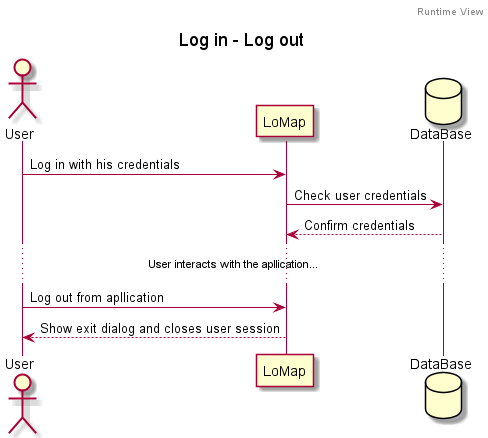
This is images/Log in - log out sequence diagram.png from Arquisoft/lomap_es2c, a PlantUML export, as it was before one commit.
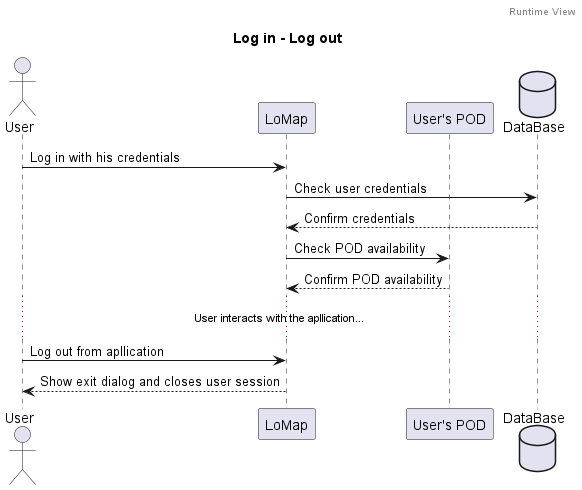
The same diagram one commit later.

The edit, as a diff of the source:
```diff
@@ -3,11 +3,14 @@
 title Log in - Log out
 Actor User
 Participant LoMap
+Participant POD as "User's POD"
 Database DataBase as "DataBase"
 
 User -> LoMap: Log in with his credentials
 LoMap -> DataBase: Check user credentials
 LoMap <-- DataBase: Confirm credentials
+LoMap -> POD: Check POD availability
+POD --> LoMap: Confirm POD availability
 
 ...User interacts with the apllication......
 
```
